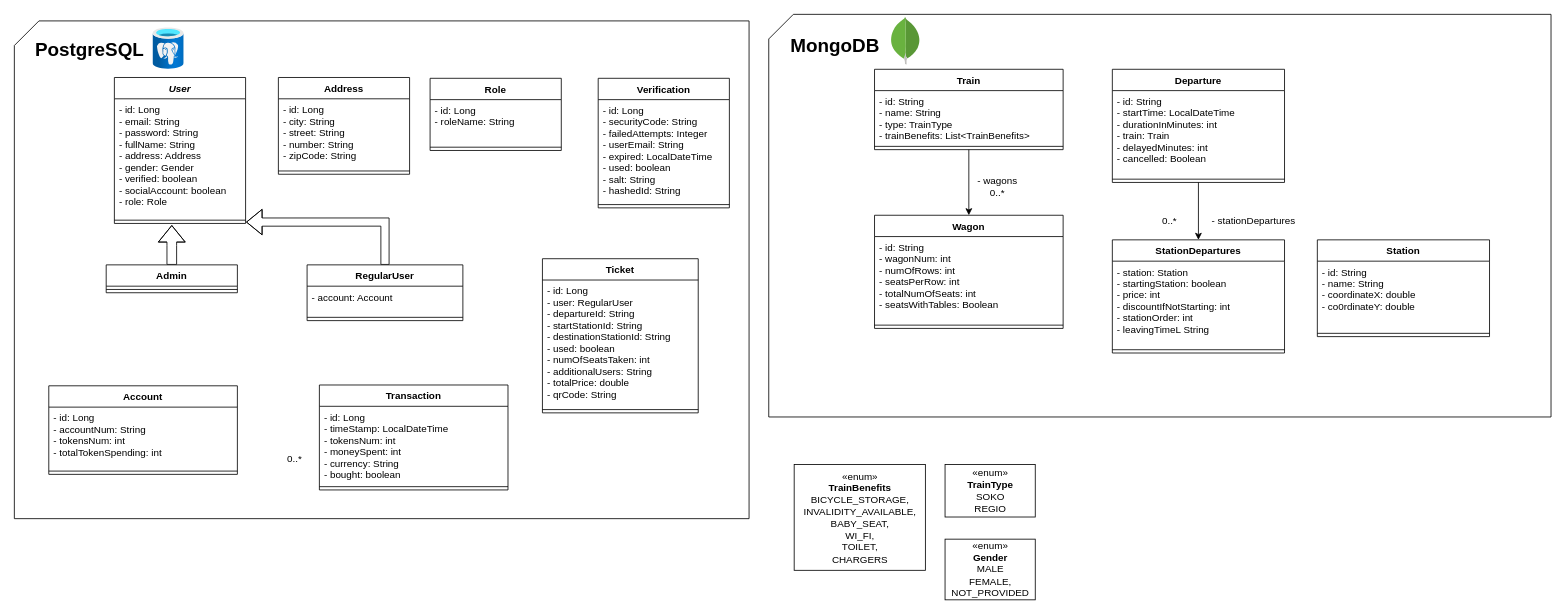
Before: diagrams/entities-per-database.drawio in sdjuric00/railway-app, a draw.io diagram. Source tidied: cells renumbered, new cells numbered last; positions are measured from the earlier drawing's top-left corner, leaving out a move shared by most shapes. Both pictures are drawn from the tidied source at 82%, with x=0, y=0 at pixel (14, 14).
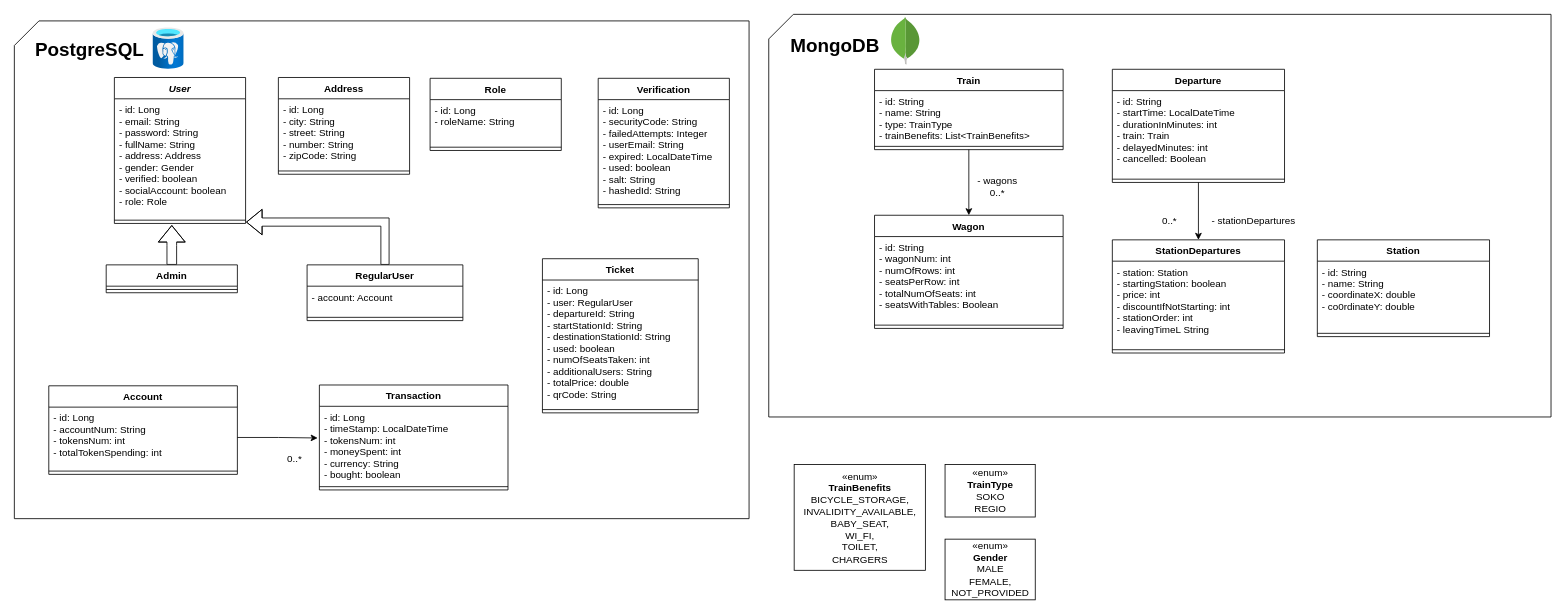
The same diagram, later.

Unchanged cells that the change refers to:
```xml
<mxCell id="18" value="- id: Long&#10;- accountNum: String&#10;- tokensNum: int&#10;- totalTokenSpending: int" style="text;strokeColor=none;fillColor=none;align=left;verticalAlign=top;spacingLeft=4;spacingRight=4;overflow=hidden;points=[[0,0.5],[1,0.5]];portConstraint=eastwest;" parent="17" vertex="1">
  <mxGeometry y="26" width="230" height="74" as="geometry" />
</mxCell>
<mxCell id="21" value="- id: Long&#10;- timeStamp: LocalDateTime&#10;- tokensNum: int&#10;- moneySpent: int&#10;- currency: String&#10;- bought: boolean" style="text;strokeColor=none;fillColor=none;align=left;verticalAlign=top;spacingLeft=4;spacingRight=4;overflow=hidden;points=[[0,0.5],[1,0.5]];portConstraint=eastwest;" parent="20" vertex="1">
  <mxGeometry y="26" width="230" height="94" as="geometry" />
</mxCell>
```

The edit, as a diff of the source:
```diff
@@
+    <mxCell id="60" style="edgeStyle=orthogonalEdgeStyle;rounded=0;jettySize=auto;html=1;exitX=1;exitY=0.5;exitDx=0;exitDy=0;entryX=-0.009;entryY=0.411;entryDx=0;entryDy=0;entryPerimeter=0;" parent="1" edge="1" source="18" target="21">
+      <mxGeometry relative="1" as="geometry" />
+    </mxCell>
```
